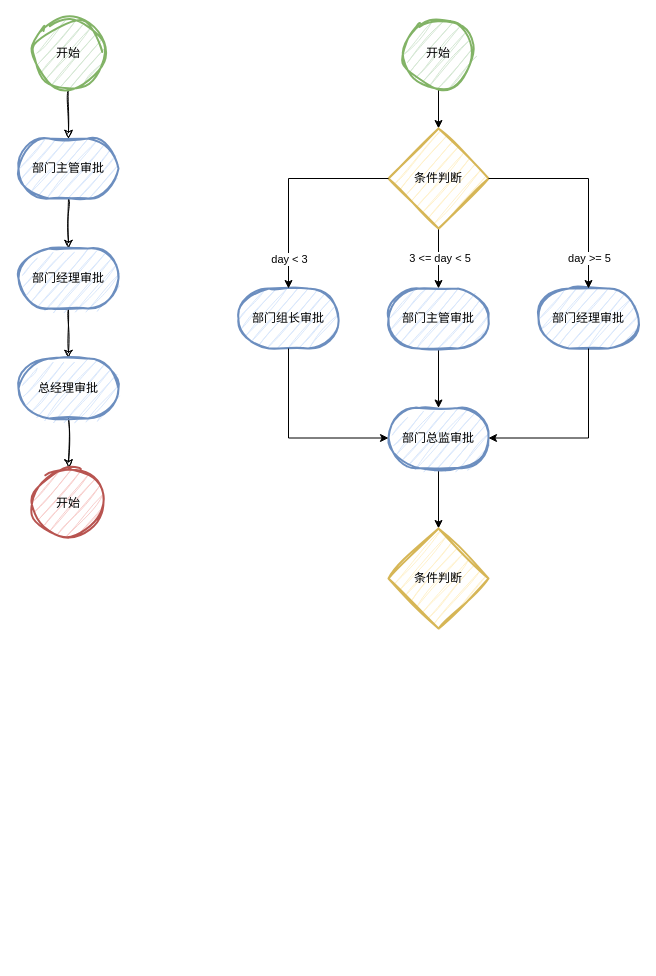
Earlier version of the draw.io diagram other/未命名绘图.drawio (thebesteric/draw.io). Source tidied: cells renumbered, new cells numbered last; positions are measured from the earlier drawing's top-left corner, leaving out a move shared by most shapes. Both pictures are drawn from the tidied source at 100%, with x=0, y=0 at pixel (18, 18).
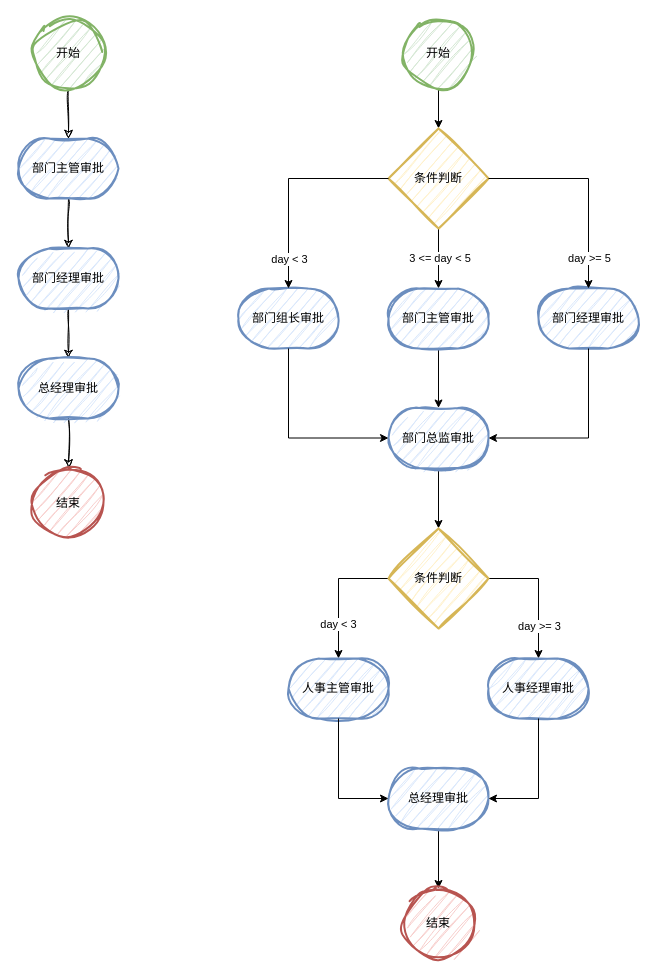
Above is the later version.

Commit message:
更新未命名绘图.drawio

The change refers to these unchanged cells:
```xml
<mxCell id="27" value="条件判断" style="strokeWidth=2;html=1;shape=mxgraph.flowchart.decision;whiteSpace=wrap;fillColor=#fff2cc;strokeColor=#d6b656;sketch=1;curveFitting=1;jiggle=2;" parent="1" vertex="1">
  <mxGeometry x="370" y="510" width="100" height="100" as="geometry" />
</mxCell>
```

Diff of the diagram source:
```diff
@@
-    <mxCell id="10" value="开始" style="strokeWidth=2;html=1;shape=mxgraph.flowchart.start_2;whiteSpace=wrap;fillColor=#f8cecc;strokeColor=#b85450;sketch=1;curveFitting=1;jiggle=2;" parent="1" vertex="1">
+    <mxCell id="10" value="结束" style="strokeWidth=2;html=1;shape=mxgraph.flowchart.start_2;whiteSpace=wrap;fillColor=#f8cecc;strokeColor=#b85450;sketch=1;curveFitting=1;jiggle=2;" parent="1" vertex="1">
       <mxGeometry x="15" y="449.5" width="70" height="70" as="geometry" />
     </mxCell>
@@
+    <mxCell id="28" style="edgeStyle=orthogonalEdgeStyle;rounded=0;jettySize=auto;html=1;exitX=0;exitY=0.5;exitDx=0;exitDy=0;exitPerimeter=0;" parent="1" edge="1" source="27" target="32">
+      <mxGeometry relative="1" as="geometry" />
+    </mxCell>
+    <mxCell id="29" value="day &amp;lt; 3" style="edgeLabel;html=1;align=center;verticalAlign=middle;" parent="28" vertex="1">
+      <mxGeometry x="0.46" y="-1" relative="1" as="geometry" />
+    </mxCell>
+    <mxCell id="30" style="edgeStyle=orthogonalEdgeStyle;rounded=0;jettySize=auto;html=1;exitX=1;exitY=0.5;exitDx=0;exitDy=0;exitPerimeter=0;" parent="1" edge="1" source="27" target="33">
+      <mxGeometry relative="1" as="geometry" />
+    </mxCell>
+    <mxCell id="31" value="day &amp;gt;= 3" style="edgeLabel;html=1;align=center;verticalAlign=middle;" parent="30" vertex="1">
+      <mxGeometry x="0.49" relative="1" as="geometry" />
+    </mxCell>
@@
+    <mxCell id="32" value="人事主管审批" style="strokeWidth=2;html=1;shape=mxgraph.flowchart.terminator;whiteSpace=wrap;fillColor=#dae8fc;strokeColor=#6c8ebf;sketch=1;curveFitting=1;jiggle=2;" parent="1" vertex="1">
+      <mxGeometry x="270" y="640" width="100" height="60" as="geometry" />
+    </mxCell>
+    <mxCell id="33" value="人事经理审批" style="strokeWidth=2;html=1;shape=mxgraph.flowchart.terminator;whiteSpace=wrap;fillColor=#dae8fc;strokeColor=#6c8ebf;sketch=1;curveFitting=1;jiggle=2;" parent="1" vertex="1">
+      <mxGeometry x="470" y="640" width="100" height="60" as="geometry" />
+    </mxCell>
+    <mxCell id="34" style="edgeStyle=orthogonalEdgeStyle;rounded=0;jettySize=auto;html=1;entryX=0.5;entryY=0;entryDx=0;entryDy=0;entryPerimeter=0;" parent="1" edge="1" source="35" target="38">
+      <mxGeometry relative="1" as="geometry" />
+    </mxCell>
+    <mxCell id="35" value="总经理审批" style="strokeWidth=2;html=1;shape=mxgraph.flowchart.terminator;whiteSpace=wrap;fillColor=#dae8fc;strokeColor=#6c8ebf;sketch=1;curveFitting=1;jiggle=2;" parent="1" vertex="1">
+      <mxGeometry x="370" y="750" width="100" height="60" as="geometry" />
+    </mxCell>
+    <mxCell id="36" style="edgeStyle=orthogonalEdgeStyle;rounded=0;jettySize=auto;html=1;entryX=0;entryY=0.5;entryDx=0;entryDy=0;entryPerimeter=0;" parent="1" edge="1" source="32" target="35">
+      <mxGeometry relative="1" as="geometry" />
+    </mxCell>
+    <mxCell id="37" style="edgeStyle=orthogonalEdgeStyle;rounded=0;jettySize=auto;html=1;entryX=1;entryY=0.5;entryDx=0;entryDy=0;entryPerimeter=0;" parent="1" edge="1" source="33" target="35">
+      <mxGeometry relative="1" as="geometry" />
+    </mxCell>
+    <mxCell id="38" value="结束" style="strokeWidth=2;html=1;shape=mxgraph.flowchart.start_2;whiteSpace=wrap;fillColor=#f8cecc;strokeColor=#b85450;sketch=1;curveFitting=1;jiggle=2;" parent="1" vertex="1">
+      <mxGeometry x="385" y="870" width="70" height="70" as="geometry" />
+    </mxCell>
```
